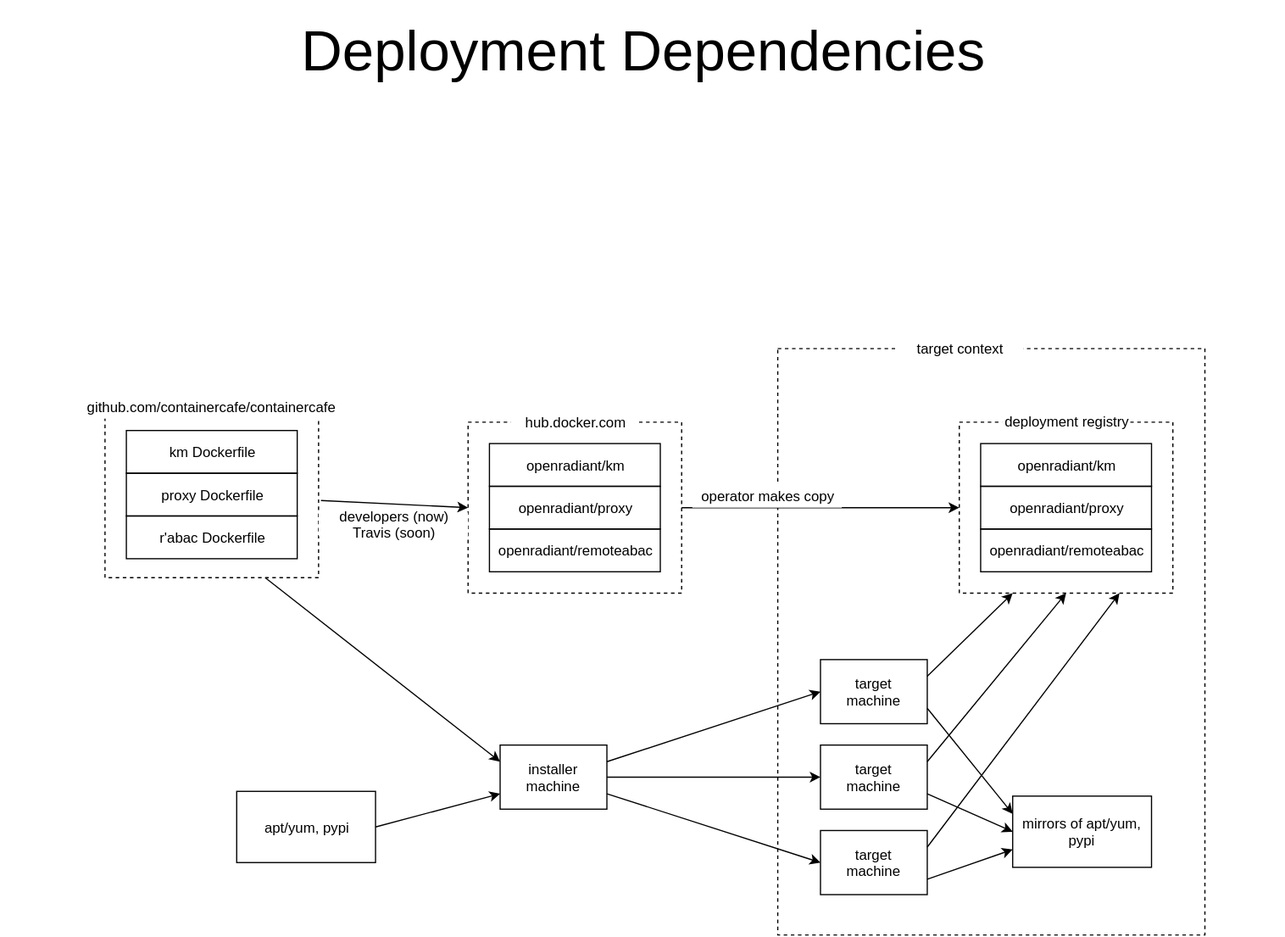
This is docs/media/DeployDepends.svg from xingzhou/containercafe, a draw.io export, as it was before one commit. Source tidied: cells renumbered, new cells last; positions are measured from the earlier drawing's top-left corner, leaving out a move shared by most shapes.
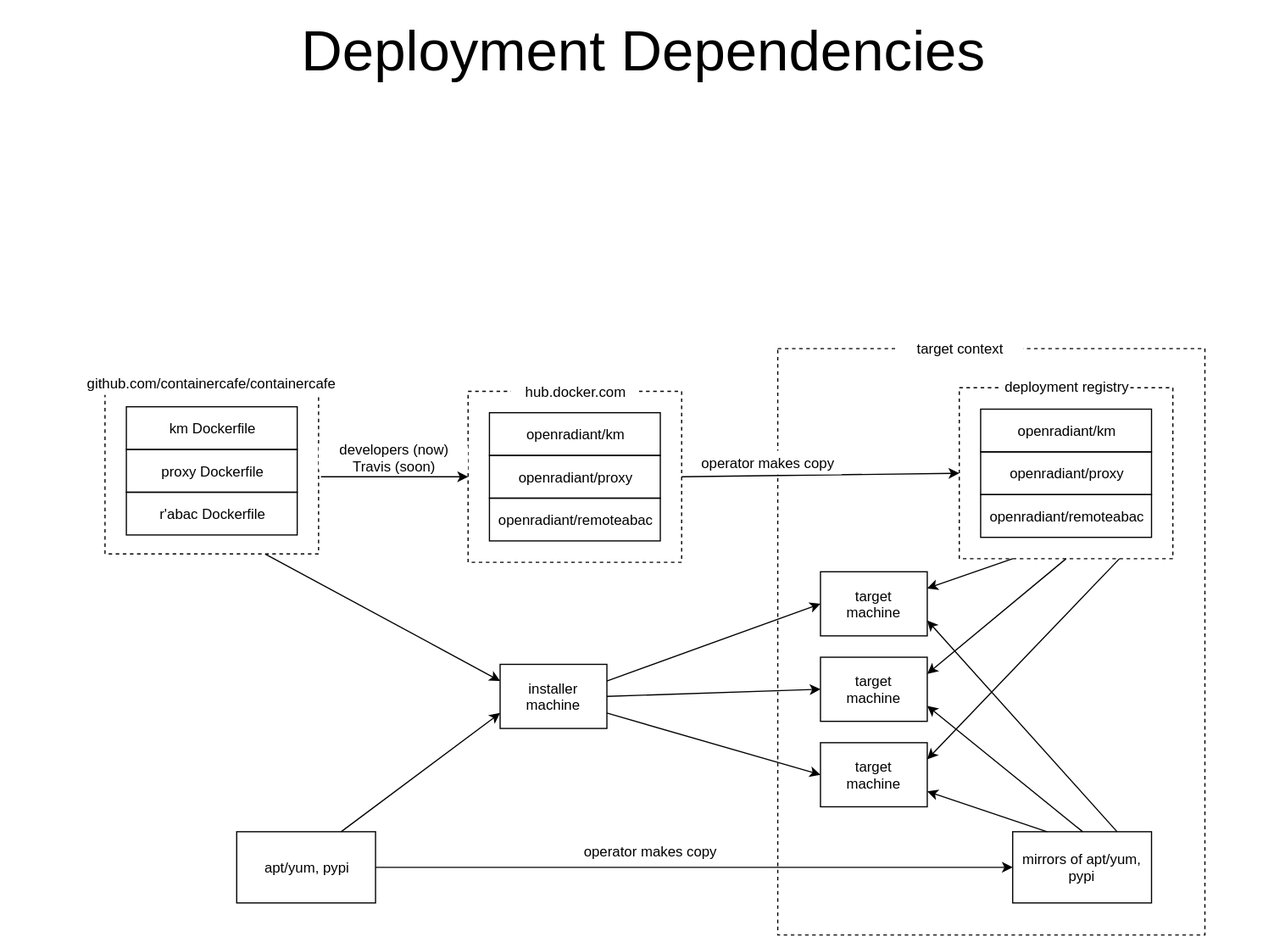
The same file after the commit.

What changed in the source:
```diff
@@ -6,54 +6,54 @@
       <mxGeometry x="654" y="292" width="360" height="494" as="geometry" />
     </mxCell>
     <mxCell id="3" style="whiteSpace=wrap;html=1;rounded=0;shadow=0;comic=0;strokeColor=#000000;strokeWidth=1;fillColor=none;fontSize=12;fontColor=#000000;dashed=1;" parent="1" vertex="1">
-      <mxGeometry x="393" y="354" width="180" height="144" as="geometry" />
+      <mxGeometry x="393" y="328" width="180" height="144" as="geometry" />
     </mxCell>
     <mxCell id="4" value="openradiant/km" style="whiteSpace=wrap;html=1;rounded=0;shadow=0;comic=0;strokeColor=#000000;strokeWidth=1;fillColor=none;fontSize=12;fontColor=#000000;" parent="1" vertex="1">
-      <mxGeometry x="411" y="372" width="144" height="36" as="geometry" />
+      <mxGeometry x="411" y="346" width="144" height="36" as="geometry" />
     </mxCell>
     <mxCell id="5" value="openradiant/proxy" style="whiteSpace=wrap;html=1;rounded=0;shadow=0;comic=0;strokeColor=#000000;strokeWidth=1;fillColor=none;fontSize=12;fontColor=#000000;" parent="1" vertex="1">
-      <mxGeometry x="411" y="408" width="144" height="36" as="geometry" />
+      <mxGeometry x="411" y="382" width="144" height="36" as="geometry" />
     </mxCell>
     <mxCell id="6" value="openradiant/remoteabac" style="whiteSpace=wrap;html=1;rounded=0;shadow=0;comic=0;strokeColor=#000000;strokeWidth=1;fillColor=none;fontSize=12;fontColor=#000000;" parent="1" vertex="1">
-      <mxGeometry x="411" y="444" width="144" height="36" as="geometry" />
+      <mxGeometry x="411" y="418" width="144" height="36" as="geometry" />
     </mxCell>
     <mxCell id="7" style="whiteSpace=wrap;html=1;rounded=0;shadow=0;comic=0;strokeColor=#000000;strokeWidth=1;fillColor=none;fontSize=12;fontColor=#000000;dashed=1;" parent="1" vertex="1">
-      <mxGeometry x="807" y="354" width="180" height="144" as="geometry" />
+      <mxGeometry x="807" y="325" width="180" height="144" as="geometry" />
     </mxCell>
     <mxCell id="8" value="openradiant/km" style="whiteSpace=wrap;html=1;rounded=0;shadow=0;comic=0;strokeColor=#000000;strokeWidth=1;fillColor=none;fontSize=12;fontColor=#000000;" parent="1" vertex="1">
-      <mxGeometry x="825" y="372" width="144" height="36" as="geometry" />
+      <mxGeometry x="825" y="343" width="144" height="36" as="geometry" />
     </mxCell>
     <mxCell id="9" value="openradiant/proxy" style="whiteSpace=wrap;html=1;rounded=0;shadow=0;comic=0;strokeColor=#000000;strokeWidth=1;fillColor=none;fontSize=12;fontColor=#000000;" parent="1" vertex="1">
-      <mxGeometry x="825" y="408" width="144" height="36" as="geometry" />
+      <mxGeometry x="825" y="379" width="144" height="36" as="geometry" />
     </mxCell>
     <mxCell id="10" value="openradiant/remoteabac" style="whiteSpace=wrap;html=1;rounded=0;shadow=0;comic=0;strokeColor=#000000;strokeWidth=1;fillColor=none;fontSize=12;fontColor=#000000;" parent="1" vertex="1">
-      <mxGeometry x="825" y="444" width="144" height="36" as="geometry" />
+      <mxGeometry x="825" y="415" width="144" height="36" as="geometry" />
     </mxCell>
     <mxCell id="11" value="hub.docker.com" style="text;html=1;strokeColor=none;fillColor=#ffffff;align=center;verticalAlign=middle;whiteSpace=wrap;rounded=0;shadow=0;comic=0;fontSize=12;fontColor=#000000;" parent="1" vertex="1">
-      <mxGeometry x="429" y="344" width="108" height="20" as="geometry" />
+      <mxGeometry x="429" y="318" width="108" height="20" as="geometry" />
     </mxCell>
     <mxCell id="12" value="deployment registry" style="text;html=1;strokeColor=none;fillColor=#ffffff;align=center;verticalAlign=middle;whiteSpace=wrap;rounded=0;shadow=0;comic=0;fontSize=12;fontColor=#000000;" parent="1" vertex="1">
-      <mxGeometry x="843" y="343" width="108" height="20" as="geometry" />
+      <mxGeometry x="843" y="314" width="108" height="20" as="geometry" />
     </mxCell>
     <mxCell id="13" value="installer machine" style="whiteSpace=wrap;html=1;rounded=0;shadow=0;comic=0;strokeColor=#000000;strokeWidth=1;fillColor=#ffffff;fontSize=12;fontColor=#000000;" parent="1" vertex="1">
-      <mxGeometry x="420" y="626" width="90" height="54" as="geometry" />
+      <mxGeometry x="420" y="558" width="90" height="54" as="geometry" />
     </mxCell>
     <mxCell id="14" value="target&lt;div&gt;machine&lt;/div&gt;" style="whiteSpace=wrap;html=1;rounded=0;shadow=0;comic=0;strokeColor=#000000;strokeWidth=1;fillColor=#ffffff;fontSize=12;fontColor=#000000;" parent="1" vertex="1">
-      <mxGeometry x="690" y="554" width="90" height="54" as="geometry" />
+      <mxGeometry x="690" y="480" width="90" height="54" as="geometry" />
     </mxCell>
     <mxCell id="15" value="target&lt;div&gt;machine&lt;/div&gt;" style="whiteSpace=wrap;html=1;rounded=0;shadow=0;comic=0;strokeColor=#000000;strokeWidth=1;fillColor=#ffffff;fontSize=12;fontColor=#000000;" parent="1" vertex="1">
-      <mxGeometry x="690" y="626" width="90" height="54" as="geometry" />
+      <mxGeometry x="690" y="552" width="90" height="54" as="geometry" />
     </mxCell>
     <mxCell id="16" value="target&lt;div&gt;machine&lt;/div&gt;" style="whiteSpace=wrap;html=1;rounded=0;shadow=0;comic=0;strokeColor=#000000;strokeWidth=1;fillColor=#ffffff;fontSize=12;fontColor=#000000;" parent="1" vertex="1">
-      <mxGeometry x="690" y="698" width="90" height="54" as="geometry" />
+      <mxGeometry x="690" y="624" width="90" height="54" as="geometry" />
     </mxCell>
-    <mxCell id="17" style="endArrow=classic;html=1;strokeWidth=1;fontSize=12;fontColor=#000000;exitX=1;exitY=0.25;entryX=0.25;entryY=1;" parent="1" edge="1" source="14" target="7">
+    <mxCell id="17" style="endArrow=classic;html=1;strokeWidth=1;fontSize=12;fontColor=#000000;exitX=0.25;exitY=1;entryX=1;entryY=0.25;" parent="1" edge="1" source="7" target="14">
       <mxGeometry relative="1" as="geometry" />
     </mxCell>
-    <mxCell id="18" style="endArrow=classic;html=1;strokeWidth=1;fontSize=12;fontColor=#000000;exitX=1;exitY=0.25;entryX=0.5;entryY=1;" parent="1" edge="1" source="15" target="7">
+    <mxCell id="18" style="endArrow=classic;html=1;strokeWidth=1;fontSize=12;fontColor=#000000;exitX=0.5;exitY=1;entryX=1;entryY=0.25;" parent="1" edge="1" source="7" target="15">
       <mxGeometry x="736" y="408" as="geometry" />
     </mxCell>
-    <mxCell id="19" style="endArrow=classic;html=1;strokeWidth=1;fontSize=12;fontColor=#000000;exitX=1;exitY=0.25;entryX=0.75;entryY=1;" parent="1" edge="1" source="16" target="7">
+    <mxCell id="19" style="endArrow=classic;html=1;strokeWidth=1;fontSize=12;fontColor=#000000;exitX=0.75;exitY=1;entryX=1;entryY=0.25;" parent="1" edge="1" source="7" target="16">
       <mxGeometry x="745" y="417" as="geometry" />
     </mxCell>
     <mxCell id="20" style="endArrow=classic;html=1;strokeWidth=1;fontSize=12;fontColor=#000000;exitX=1;exitY=0.25;entryX=0;entryY=0.5;" parent="1" edge="1" source="13" target="14">
@@ -69,43 +69,43 @@
       <mxGeometry x="753" y="282" width="108" height="20" as="geometry" />
     </mxCell>
     <mxCell id="24" value="mirrors of apt/yum, pypi" style="text;html=1;strokeColor=#000000;fillColor=none;align=center;verticalAlign=middle;whiteSpace=wrap;rounded=0;shadow=0;comic=0;fontSize=12;fontColor=#000000;" parent="1" vertex="1">
-      <mxGeometry x="852" y="669" width="117" height="60" as="geometry" />
+      <mxGeometry x="852" y="699" width="117" height="60" as="geometry" />
     </mxCell>
-    <mxCell id="25" style="endArrow=classic;html=1;strokeWidth=1;fontSize=12;fontColor=#000000;exitX=1;exitY=0.75;entryX=0;entryY=0.75;" parent="1" edge="1" source="16" target="24">
+    <mxCell id="25" style="endArrow=classic;html=1;strokeWidth=1;fontSize=12;fontColor=#000000;entryX=1;entryY=0.75;exitX=0.25;exitY=0;" parent="1" edge="1" source="24" target="16">
       <mxGeometry x="754" y="426" as="geometry" />
     </mxCell>
-    <mxCell id="26" style="endArrow=classic;html=1;strokeWidth=1;fontSize=12;fontColor=#000000;exitX=1;exitY=0.75;entryX=0;entryY=0.5;" parent="1" edge="1" source="15" target="24">
+    <mxCell id="26" style="endArrow=classic;html=1;strokeWidth=1;fontSize=12;fontColor=#000000;exitX=0.5;exitY=0;entryX=1;entryY=0.75;" parent="1" edge="1" source="24" target="15">
       <mxGeometry x="763" y="435" as="geometry" />
     </mxCell>
-    <mxCell id="27" style="endArrow=classic;html=1;strokeWidth=1;fontSize=12;fontColor=#000000;exitX=1;exitY=0.75;entryX=0;entryY=0.25;" parent="1" edge="1" source="14" target="24">
+    <mxCell id="27" style="endArrow=classic;html=1;strokeWidth=1;fontSize=12;fontColor=#000000;exitX=0.75;exitY=0;entryX=1;entryY=0.75;" parent="1" edge="1" source="24" target="14">
       <mxGeometry x="772" y="444" as="geometry" />
     </mxCell>
     <mxCell id="28" style="endArrow=classic;html=1;strokeWidth=1;fontSize=12;fontColor=#000000;exitX=1;exitY=0.5;entryX=0;entryY=0.5;" parent="1" edge="1" source="3" target="7">
       <mxGeometry x="709" y="402" as="geometry" />
     </mxCell>
     <mxCell id="29" value="operator makes copy" style="text;html=1;strokeColor=none;fillColor=#ffffff;align=center;verticalAlign=middle;whiteSpace=wrap;rounded=0;shadow=0;dashed=1;dashPattern=1 1;comic=0;fontSize=12;fontColor=#000000;" parent="1" vertex="1">
-      <mxGeometry x="582" y="406" width="126" height="20" as="geometry" />
+      <mxGeometry x="582" y="378" width="126" height="20" as="geometry" />
     </mxCell>
     <mxCell id="30" value="km Dockerfile" style="whiteSpace=wrap;html=1;rounded=0;shadow=0;comic=0;strokeColor=#000000;strokeWidth=1;fillColor=none;fontSize=12;fontColor=#000000;" parent="1" vertex="1">
-      <mxGeometry x="105" y="361" width="144" height="36" as="geometry" />
+      <mxGeometry x="105" y="341" width="144" height="36" as="geometry" />
     </mxCell>
     <mxCell id="31" value="proxy Dockerfile" style="whiteSpace=wrap;html=1;rounded=0;shadow=0;comic=0;strokeColor=#000000;strokeWidth=1;fillColor=none;fontSize=12;fontColor=#000000;" parent="1" vertex="1">
-      <mxGeometry x="105" y="397" width="144" height="36" as="geometry" />
+      <mxGeometry x="105" y="377" width="144" height="36" as="geometry" />
     </mxCell>
     <mxCell id="32" value="r'abac Dockerfile" style="whiteSpace=wrap;html=1;rounded=0;shadow=0;comic=0;strokeColor=#000000;strokeWidth=1;fillColor=none;fontSize=12;fontColor=#000000;" parent="1" vertex="1">
-      <mxGeometry x="105" y="433" width="144" height="36" as="geometry" />
+      <mxGeometry x="105" y="413" width="144" height="36" as="geometry" />
     </mxCell>
     <mxCell id="33" style="whiteSpace=wrap;html=1;rounded=0;shadow=0;comic=0;strokeColor=#000000;strokeWidth=1;fillColor=none;fontSize=12;fontColor=#000000;dashed=1;" parent="1" vertex="1">
-      <mxGeometry x="87" y="341" width="180" height="144" as="geometry" />
+      <mxGeometry x="87" y="321" width="180" height="144" as="geometry" />
     </mxCell>
     <mxCell id="34" value="github.com/containercafe/containercafe" style="text;html=1;strokeColor=none;fillColor=#ffffff;align=center;verticalAlign=middle;whiteSpace=wrap;rounded=0;shadow=0;comic=0;fontSize=12;fontColor=#000000;" parent="1" vertex="1">
-      <mxGeometry x="69" y="331" width="216" height="20" as="geometry" />
+      <mxGeometry x="69" y="311" width="216" height="20" as="geometry" />
     </mxCell>
     <mxCell id="35" style="endArrow=classic;html=1;strokeWidth=1;fontSize=12;fontColor=#000000;exitX=1.011;exitY=0.549;entryX=0;entryY=0.5;exitPerimeter=0;" parent="1" edge="1" source="33" target="3">
       <mxGeometry x="718" y="411" as="geometry" />
     </mxCell>
     <mxCell id="36" value="developers (now)&lt;div&gt;Travis (soon)&lt;/div&gt;" style="text;html=1;strokeColor=none;fillColor=#ffffff;align=center;verticalAlign=middle;whiteSpace=wrap;rounded=0;shadow=0;dashed=1;dashPattern=1 1;comic=0;fontSize=12;fontColor=#000000;" parent="1" vertex="1">
-      <mxGeometry x="267" y="430" width="126" height="20" as="geometry" />
+      <mxGeometry x="267" y="374" width="126" height="20" as="geometry" />
     </mxCell>
     <mxCell id="37" value="Deployment Dependencies" style="text;html=1;strokeColor=none;fillColor=none;align=center;verticalAlign=middle;whiteSpace=wrap;rounded=0;shadow=0;dashed=1;dashPattern=1 1;comic=0;fontSize=48;fontColor=#000000;" parent="1" vertex="1">
       <mxGeometry width="1080" height="81" as="geometry" />
@@ -114,10 +114,16 @@
       <mxGeometry x="727" y="420" as="geometry" />
     </mxCell>
     <mxCell id="39" value="apt/yum, pypi" style="text;html=1;strokeColor=#000000;fillColor=none;align=center;verticalAlign=middle;whiteSpace=wrap;rounded=0;shadow=0;comic=0;fontSize=12;fontColor=#000000;" parent="1" vertex="1">
-      <mxGeometry x="198" y="665" width="117" height="60" as="geometry" />
+      <mxGeometry x="198" y="699" width="117" height="60" as="geometry" />
     </mxCell>
-    <mxCell id="40" style="endArrow=classic;html=1;strokeWidth=1;fontSize=12;fontColor=#000000;exitX=1;exitY=0.5;entryX=0;entryY=0.75;" parent="1" edge="1" source="39" target="13">
+    <mxCell id="40" style="endArrow=classic;html=1;strokeWidth=1;fontSize=12;fontColor=#000000;exitX=0.75;exitY=0;entryX=0;entryY=0.75;" parent="1" edge="1" source="39" target="13">
       <mxGeometry x="736" y="429" as="geometry" />
     </mxCell>
+    <mxCell id="41" style="endArrow=classic;html=1;strokeWidth=1;fontSize=12;fontColor=#000000;exitX=1;exitY=0.5;entryX=0;entryY=0.5;" parent="1" edge="1" source="39" target="24">
+      <mxGeometry x="718" y="411" as="geometry" />
+    </mxCell>
+    <mxCell id="42" value="operator makes copy" style="text;html=1;strokeColor=none;fillColor=#ffffff;align=center;verticalAlign=middle;whiteSpace=wrap;rounded=0;shadow=0;dashed=1;dashPattern=1 1;comic=0;fontSize=12;fontColor=#000000;" parent="1" vertex="1">
+      <mxGeometry x="483" y="705" width="126" height="20" as="geometry" />
+    </mxCell>
   </root>
 </mxGraphModel>
```
